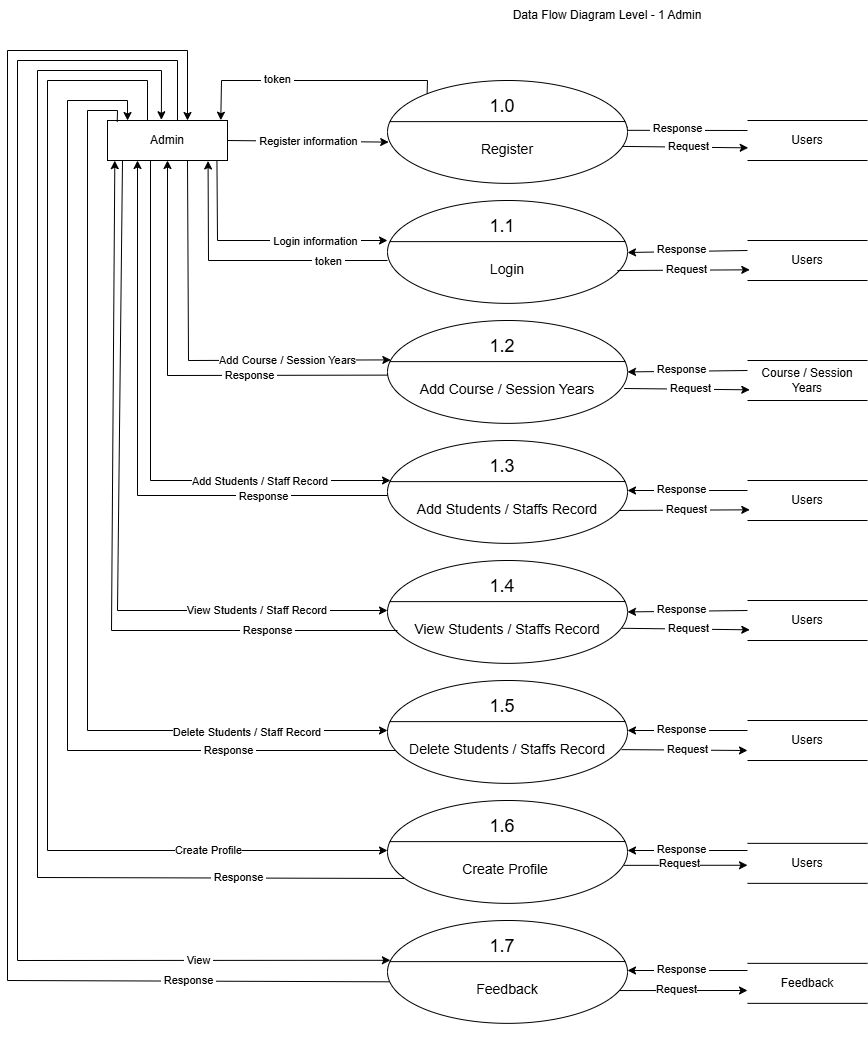
This is Charts/DFD1.png from maharjan-rijan/BCA-First-Project, a draw.io export, as it was before one commit. Source tidied: cells renumbered, new cells last; positions are measured from the earlier drawing's top-left corner, leaving out a move shared by most shapes.
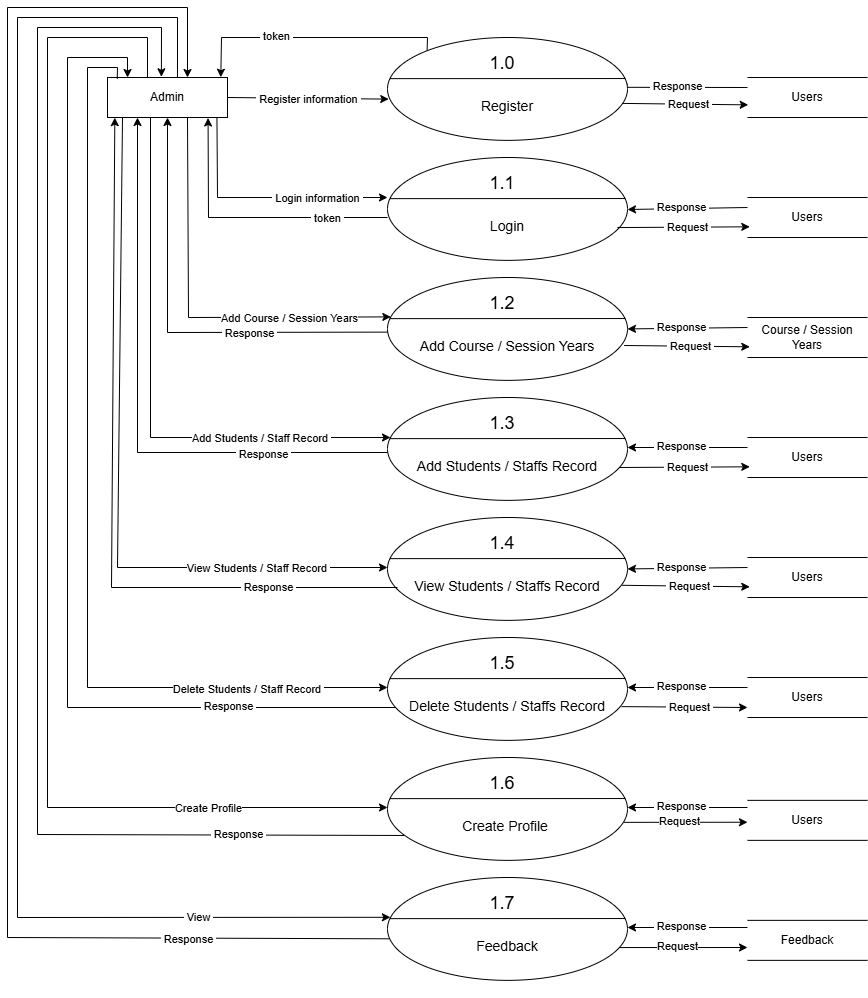
Above is the later version.

Diff of the diagram source:
```diff
@@ -5,9 +5,6 @@
     <mxCell id="2" value="Admin" style="rounded=0;whiteSpace=wrap;html=1;" parent="1" vertex="1">
       <mxGeometry x="100" y="120" width="120" height="40" as="geometry" />
     </mxCell>
-    <mxCell id="3" value="Data Flow Diagram Level - 1 Admin" style="text;html=1;align=center;verticalAlign=middle;whiteSpace=wrap;rounded=0;" parent="1" vertex="1">
-      <mxGeometry x="500" width="200" height="30" as="geometry" />
-    </mxCell>
     <mxCell id="4" value="Users" style="shape=partialRectangle;whiteSpace=wrap;html=1;left=0;right=0;fillColor=none;" parent="1" vertex="1">
       <mxGeometry x="740" y="120" width="120" height="40" as="geometry" />
     </mxCell>
```
